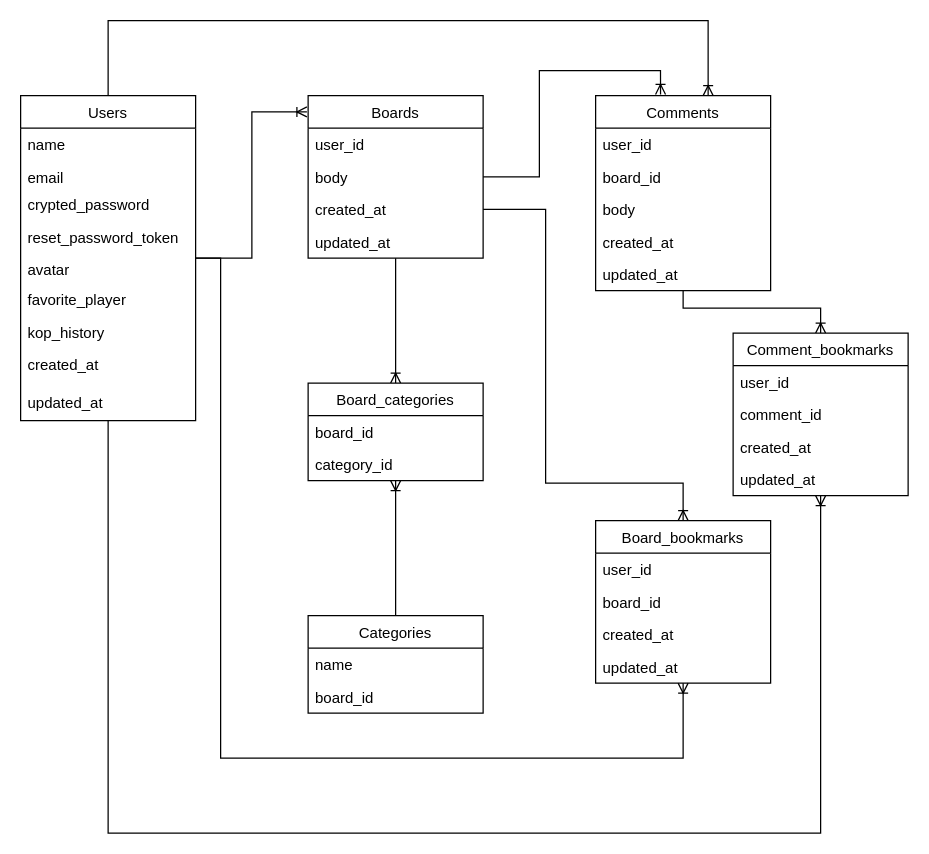
This is er.drawio from sasakix69/You_Will_Never_Walk_Alone, a draw.io file, before an edit. Source tidied: cells renumbered, new cells numbered last; positions are measured from the earlier drawing's top-left corner, leaving out a move shared by most shapes. Both pictures are drawn from the tidied source at 125%, with x=0, y=0 at pixel (20, 20).
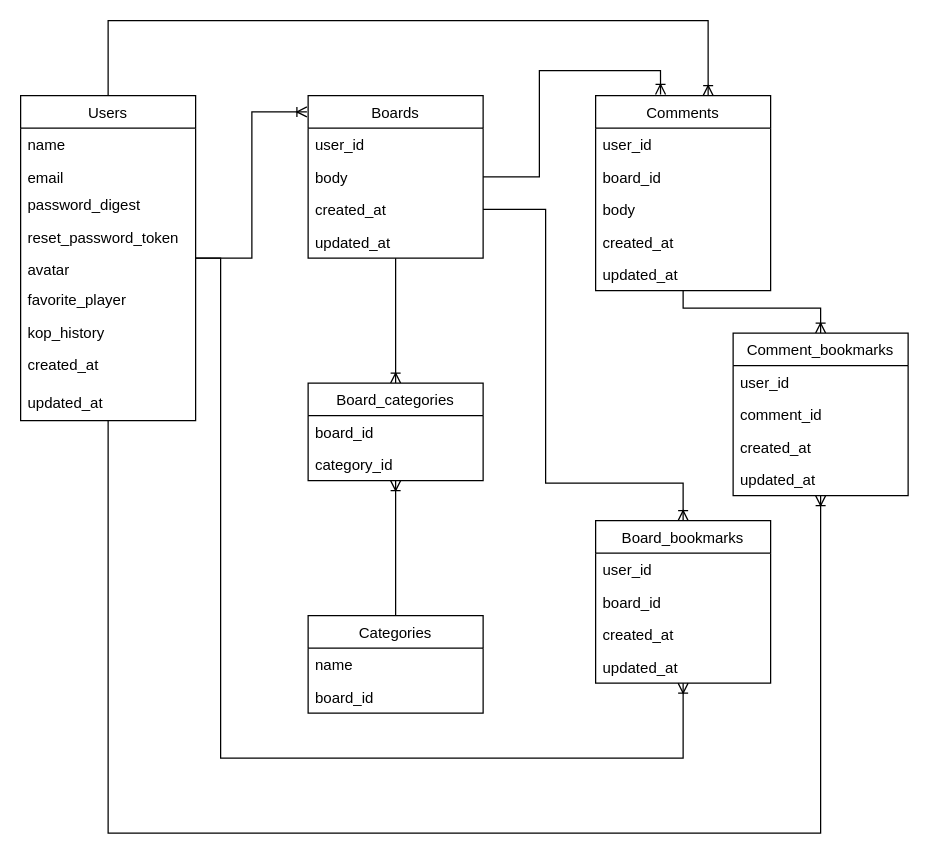
After the change.

Commit message:
Fix: ER図　Usersテーブルのカラム名を変更

Unchanged cells that the change refers to:
```xml
<mxCell id="6" value="Users" style="swimlane;fontStyle=0;horizontal=1;startSize=26;fillColor=none;" parent="1" vertex="1">
  <mxGeometry y="60" width="140" height="260" as="geometry" />
</mxCell>
```

What changed in the source:
```diff
@@
-    <mxCell id="9" value="crypted_password" style="text;strokeColor=none;fillColor=none;align=left;verticalAlign=top;spacingLeft=4;spacingRight=4;overflow=hidden;" parent="6" vertex="1">
+    <mxCell id="9" value="password_digest" style="text;strokeColor=none;fillColor=none;align=left;verticalAlign=top;spacingLeft=4;spacingRight=4;overflow=hidden;" parent="6" vertex="1">
       <mxGeometry y="74" width="140" height="26" as="geometry" />
     </mxCell>
```
